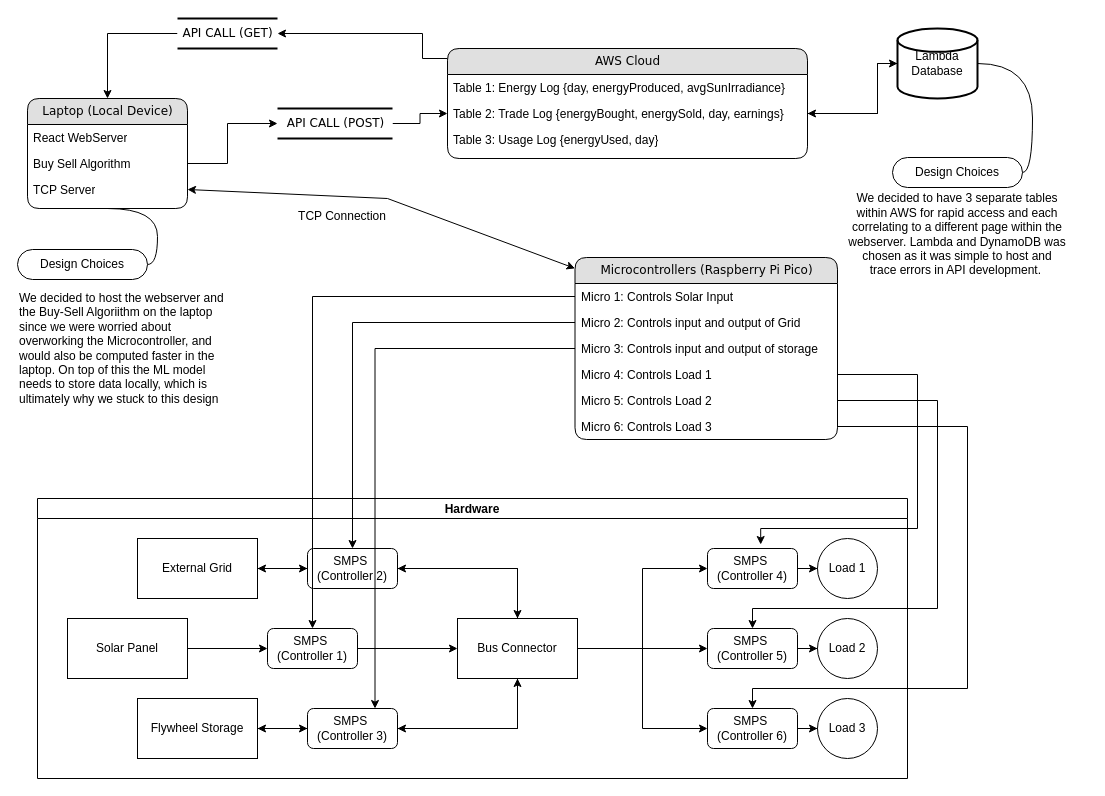
The draw.io diagram TopLevel.drawio in chinjyanson/SmartGrid, before the edit. Source tidied: cells renumbered, new cells numbered last; positions are measured from the earlier drawing's top-left corner, leaving out a move shared by most shapes. Both pictures are drawn from the tidied source at 100%, with x=0, y=0 at pixel (17, 18).
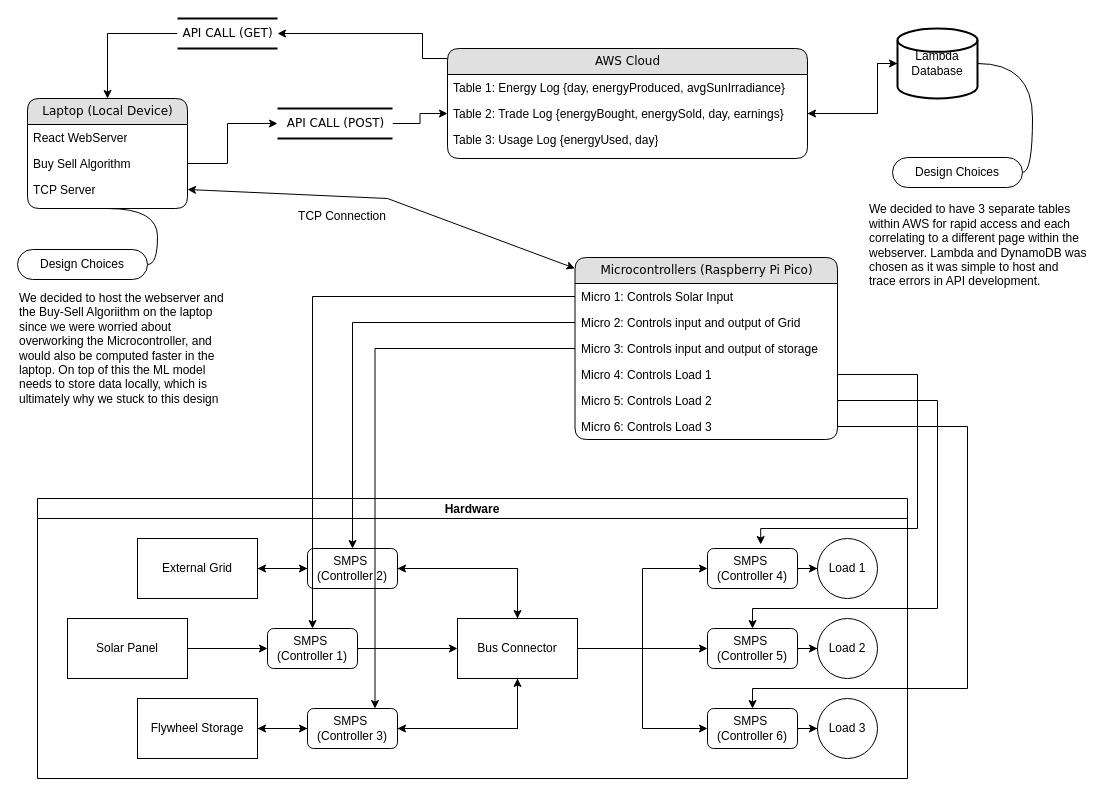
After the change.

The edit, as a diff of the source:
```diff
@@
-    <mxCell id="68" value="We decided to have 3 separate tables within AWS for rapid access and each correlating to a different page within the webserver. Lambda and DynamoDB was chosen as it was simple to host and trace errors in API development.&amp;nbsp;" style="text;html=1;align=center;verticalAlign=middle;whiteSpace=wrap;rounded=0;" parent="1" vertex="1">
-      <mxGeometry x="830" y="169" width="220" height="94" as="geometry" />
+    <mxCell id="68" value="We decided to have 3 separate tables within AWS for rapid access and each correlating to a different page within the webserver. Lambda and DynamoDB was chosen as it was simple to host and trace errors in API development.&amp;nbsp;" style="text;html=1;align=left;verticalAlign=middle;whiteSpace=wrap;rounded=0;" parent="1" vertex="1">
+      <mxGeometry x="850" y="180" width="220" height="94" as="geometry" />
     </mxCell>
```
